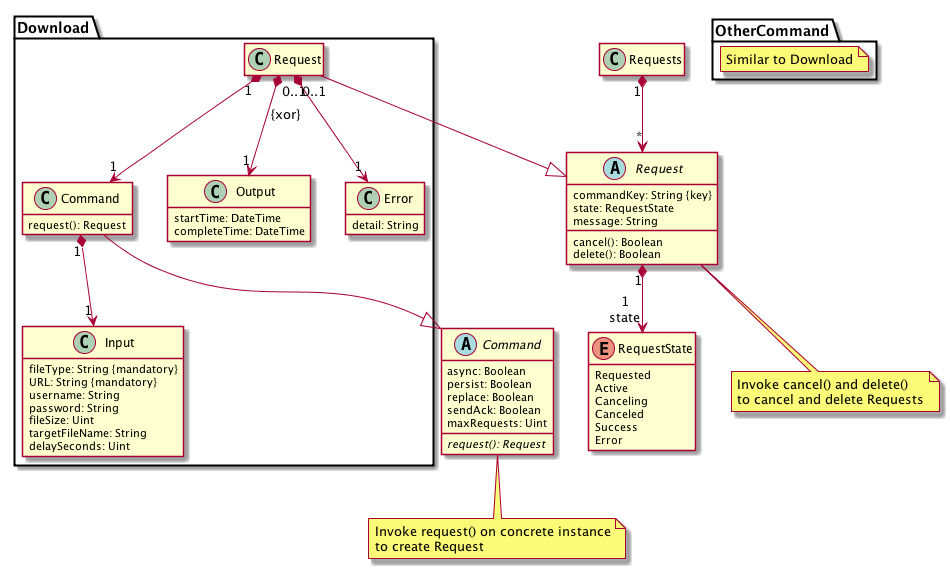
This is dmtypes/command.png from BroadbandForum/usp, a PlantUML export, as it was before one commit. Its diagram source:
```plantuml
@startuml






abstract class Command {
  async: Boolean
  persist: Boolean
  replace: Boolean
  sendAck: Boolean
  maxRequests: Uint
  request(): Request {abstract}
}

note bottom
  Invoke request() on concrete instance
  to create Request
end note

enum RequestState {
  Requested
  Active
  Canceling
  Canceled
  Success
  Error
}

abstract class Request {
  commandKey: String {key}
  state: RequestState
  message: String
  cancel(): Boolean
  delete(): Boolean
}

note bottom
  Invoke cancel() and delete()
  to cancel and delete Requests
end note

Request "1" *--> "1\nstate" RequestState

class Requests {
}

Requests "1" *--> "*" Request

namespace Download {

  class Command {
    request(): Request
  }
  Command --|> .Command

  class Input {
    fileType: String {mandatory}
    URL: String {mandatory}
    username: String
    password: String
    fileSize: Uint
    targetFileName: String
    delaySeconds: Uint
  }

  Command "1" *--> "1" Input

  Request --|> .Request
  Request "1" *--> "1" Command

  class Output {
    startTime: DateTime
    completeTime: DateTime
  }

  class Error {
    detail: String
  }

  Request "0..1" *--> "1" Output : {xor}
  Request "0..1" *--> "1" Error
}

namespace OtherCommand {
  note "Similar to Download" as N1
}


hide empty fields
hide empty methods
@enduml
```
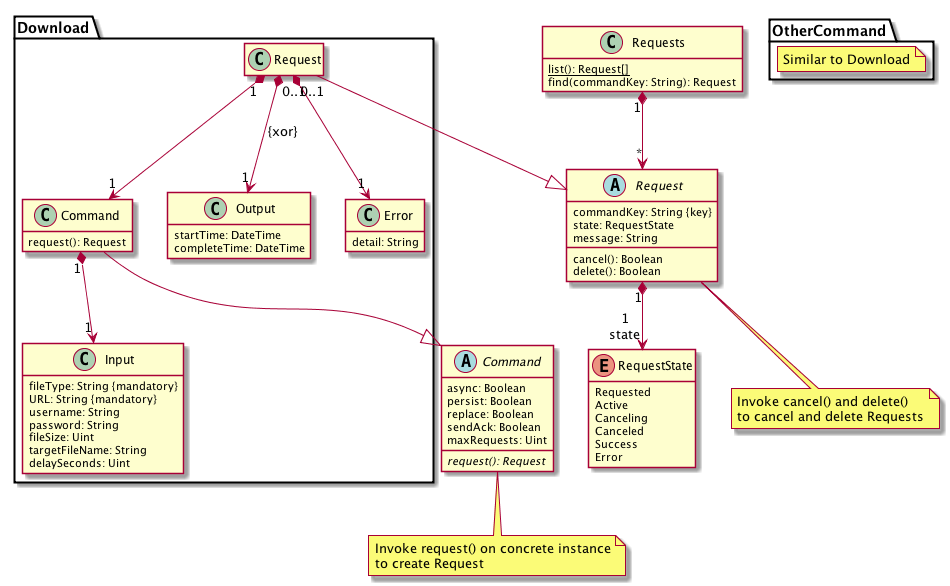
After the commit.

Commit message:
Uncomment Requests class methods

Change to the diagram source:
```diff
@@ -44,6 +44,8 @@
 Request "1" *--> "1\nstate" RequestState
 
 class Requests {
+  list(): Request[] {static}
+  find(commandKey: String): Request
 }
 
 Requests "1" *--> "*" Request
```
